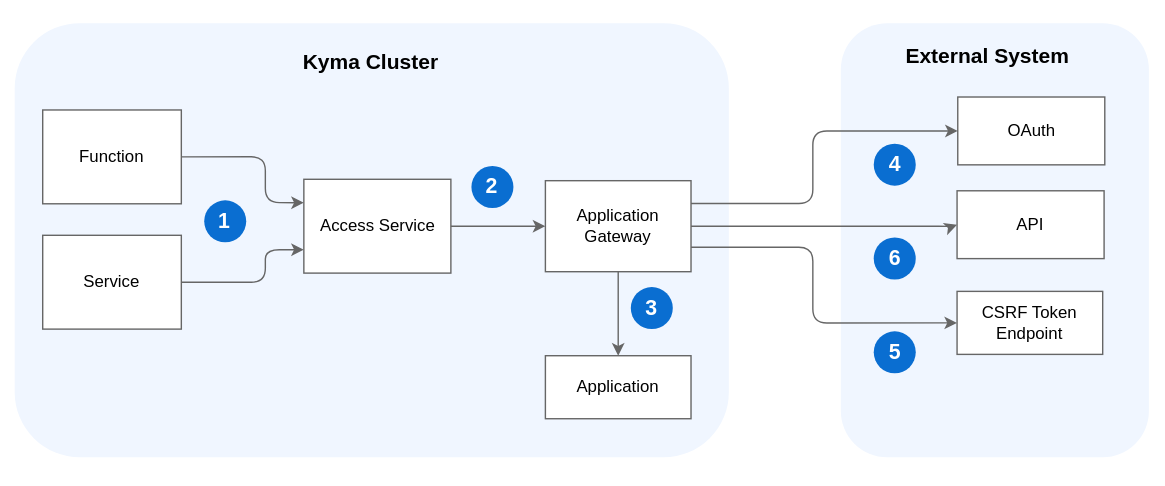
This is docs/05-technical-reference/00-architecture/assets/ac-architecture-proxy-service.svg from kyma-project/kyma, a draw.io export, as it was before one commit. Source tidied: cells renumbered, new cells last; positions are measured from the earlier drawing's top-left corner, leaving out a move shared by most shapes. The source it was exported from:
```xml
<mxGraphModel background="#ffffff">
  <root>
    <mxCell id="0" />
    <mxCell id="1" parent="0" />
    <mxCell id="2" style="rounded=0;whiteSpace=wrap;html=1;labelBackgroundColor=none;fontSize=13;strokeWidth=1;fillColor=#ffffff;gradientColor=none;align=right;strokeColor=none;" parent="1" vertex="1">
      <mxGeometry y="0.5" width="830" height="345.6" as="geometry" />
    </mxCell>
    <mxCell id="3" style="rounded=1;whiteSpace=wrap;html=1;strokeColor=none;fillColor=#F0F6FF;" parent="1" vertex="1">
      <mxGeometry x="10" y="16" width="510" height="310" as="geometry" />
    </mxCell>
    <mxCell id="4" value="&lt;font style=&quot;font-size: 15px&quot;&gt;&lt;b&gt;Kyma Cluster&lt;/b&gt;&lt;/font&gt;" style="text;html=1;strokeColor=none;fillColor=none;align=center;verticalAlign=middle;whiteSpace=wrap;rounded=0;" parent="1" vertex="1">
      <mxGeometry x="154.5" y="26" width="221.1" height="34.4" as="geometry" />
    </mxCell>
    <mxCell id="5" value="Function" style="rounded=0;whiteSpace=wrap;html=1;strokeColor=#666666;" parent="1" vertex="1">
      <mxGeometry x="30" y="78" width="99" height="67" as="geometry" />
    </mxCell>
    <mxCell id="6" value="Service" style="rounded=0;whiteSpace=wrap;html=1;strokeColor=#666666;" parent="1" vertex="1">
      <mxGeometry x="30" y="167.5" width="99" height="67" as="geometry" />
    </mxCell>
    <mxCell id="7" style="edgeStyle=orthogonalEdgeStyle;rounded=1;comic=0;html=1;exitX=1;exitY=0.5;entryX=0;entryY=0.25;jettySize=auto;strokeColor=#666666;" parent="1" edge="1" source="5" target="10">
      <mxGeometry relative="1" as="geometry">
        <Array as="points">
          <mxPoint x="189" y="112" />
          <mxPoint x="189" y="144" />
        </Array>
      </mxGeometry>
    </mxCell>
    <mxCell id="8" value="&lt;h3&gt;&lt;font color=&quot;#ffffff&quot;&gt;1&lt;/font&gt;&lt;/h3&gt;" style="ellipse;whiteSpace=wrap;html=1;rounded=0;shadow=0;glass=0;comic=0;labelBackgroundColor=none;strokeColor=none;strokeWidth=1;fillColor=#0A6ED1;gradientColor=none;fontSize=13;fontColor=none;align=center;verticalAlign=middle;" parent="1" vertex="1">
      <mxGeometry x="145.3" y="142.5" width="30" height="30" as="geometry" />
    </mxCell>
    <mxCell id="9" style="edgeStyle=orthogonalEdgeStyle;rounded=1;comic=0;html=1;exitX=1;exitY=0.5;entryX=0;entryY=0.75;jettySize=auto;strokeColor=#666666;" parent="1" edge="1" source="6" target="10">
      <mxGeometry relative="1" as="geometry">
        <Array as="points">
          <mxPoint x="189" y="201" />
          <mxPoint x="189" y="178" />
        </Array>
      </mxGeometry>
    </mxCell>
    <mxCell id="10" value="Access Service&lt;br&gt;" style="rounded=0;whiteSpace=wrap;html=1;strokeColor=#666666;" parent="1" vertex="1">
      <mxGeometry x="216.5" y="127.5" width="105" height="67" as="geometry" />
    </mxCell>
    <mxCell id="11" value="&lt;h3&gt;&lt;font color=&quot;#ffffff&quot;&gt;2&lt;/font&gt;&lt;/h3&gt;" style="ellipse;whiteSpace=wrap;html=1;rounded=0;shadow=0;glass=0;comic=0;labelBackgroundColor=none;strokeColor=none;strokeWidth=1;fillColor=#0A6ED1;gradientColor=none;fontSize=13;fontColor=none;align=center;verticalAlign=middle;" parent="1" vertex="1">
      <mxGeometry x="336.2" y="118" width="30" height="30" as="geometry" />
    </mxCell>
    <mxCell id="12" style="edgeStyle=orthogonalEdgeStyle;rounded=1;comic=0;html=1;exitX=1;exitY=0.5;entryX=0;entryY=0.5;jettySize=auto;strokeColor=#666666;" parent="1" edge="1" source="10" target="13">
      <mxGeometry relative="1" as="geometry" />
    </mxCell>
    <mxCell id="13" value="Application Gateway" style="rounded=0;whiteSpace=wrap;html=1;strokeColor=#666666;" parent="1" vertex="1">
      <mxGeometry x="389" y="128.5" width="104" height="65" as="geometry" />
    </mxCell>
    <mxCell id="14" value="&lt;h3&gt;&lt;font color=&quot;#ffffff&quot;&gt;3&lt;/font&gt;&lt;/h3&gt;" style="ellipse;whiteSpace=wrap;html=1;rounded=0;shadow=0;glass=0;comic=0;labelBackgroundColor=none;strokeColor=none;strokeWidth=1;fillColor=#0A6ED1;gradientColor=none;fontSize=13;fontColor=none;align=center;verticalAlign=middle;" parent="1" vertex="1">
      <mxGeometry x="450" y="204.5" width="30" height="30" as="geometry" />
    </mxCell>
    <mxCell id="15" style="endArrow=classic;html=1;exitX=0.5;exitY=1;entryX=0.5;entryY=0;strokeColor=#666666;" parent="1" edge="1" source="13" target="16">
      <mxGeometry relative="1" as="geometry" />
    </mxCell>
    <mxCell id="16" value="Application" style="rounded=0;whiteSpace=wrap;html=1;strokeColor=#666666;" parent="1" vertex="1">
      <mxGeometry x="389" y="253.5" width="104" height="45" as="geometry" />
    </mxCell>
    <mxCell id="17" style="rounded=1;whiteSpace=wrap;html=1;strokeColor=none;fillColor=#F0F6FF;" parent="1" vertex="1">
      <mxGeometry x="600" y="16" width="220" height="310" as="geometry" />
    </mxCell>
    <mxCell id="18" value="&lt;font style=&quot;font-size: 15px&quot;&gt;&lt;b&gt;External System&lt;/b&gt;&lt;/font&gt;" style="text;html=1;strokeColor=none;fillColor=none;align=center;verticalAlign=middle;whiteSpace=wrap;rounded=0;" parent="1" vertex="1">
      <mxGeometry x="600" y="26" width="210" height="26.9" as="geometry" />
    </mxCell>
    <mxCell id="19" value="OAuth" style="rounded=0;whiteSpace=wrap;html=1;strokeColor=#666666;" parent="1" vertex="1">
      <mxGeometry x="683.5" y="68.7" width="105" height="48.4" as="geometry" />
    </mxCell>
    <mxCell id="20" value="API" style="rounded=0;whiteSpace=wrap;html=1;strokeColor=#666666;" parent="1" vertex="1">
      <mxGeometry x="683" y="135.7" width="105" height="48.4" as="geometry" />
    </mxCell>
    <mxCell id="21" value="CSRF Token Endpoint" style="rounded=0;whiteSpace=wrap;html=1;strokeColor=#666666;" parent="1" vertex="1">
      <mxGeometry x="683" y="207.5" width="104" height="45" as="geometry" />
    </mxCell>
    <mxCell id="22" value="&lt;h3&gt;&lt;font color=&quot;#ffffff&quot;&gt;4&lt;/font&gt;&lt;/h3&gt;" style="ellipse;whiteSpace=wrap;html=1;rounded=0;shadow=0;glass=0;comic=0;labelBackgroundColor=none;strokeColor=none;strokeWidth=1;fillColor=#0A6ED1;gradientColor=none;fontSize=13;fontColor=none;align=center;verticalAlign=middle;" parent="1" vertex="1">
      <mxGeometry x="623.5" y="102" width="30" height="30" as="geometry" />
    </mxCell>
    <mxCell id="23" value="&lt;h3&gt;&lt;font color=&quot;#ffffff&quot;&gt;6&lt;/font&gt;&lt;/h3&gt;" style="ellipse;whiteSpace=wrap;html=1;rounded=0;shadow=0;glass=0;comic=0;labelBackgroundColor=none;strokeColor=none;strokeWidth=1;fillColor=#0A6ED1;gradientColor=none;fontSize=13;fontColor=none;align=center;verticalAlign=middle;" parent="1" vertex="1">
      <mxGeometry x="623.5" y="169" width="30" height="30" as="geometry" />
    </mxCell>
    <mxCell id="24" value="&lt;h3&gt;&lt;font color=&quot;#ffffff&quot;&gt;5&lt;/font&gt;&lt;/h3&gt;" style="ellipse;whiteSpace=wrap;html=1;rounded=0;shadow=0;glass=0;comic=0;labelBackgroundColor=none;strokeColor=none;strokeWidth=1;fillColor=#0A6ED1;gradientColor=none;fontSize=13;fontColor=none;align=center;verticalAlign=middle;" parent="1" vertex="1">
      <mxGeometry x="623.5" y="236" width="30" height="30" as="geometry" />
    </mxCell>
    <mxCell id="25" style="edgeStyle=orthogonalEdgeStyle;rounded=1;comic=0;html=1;entryX=0;entryY=0.5;jettySize=auto;entryDx=0;entryDy=0;strokeColor=#666666;" parent="1" edge="1" target="21">
      <mxGeometry relative="1" as="geometry">
        <mxPoint x="493" y="176" as="sourcePoint" />
        <Array as="points">
          <mxPoint x="580" y="176" />
          <mxPoint x="580" y="230" />
        </Array>
      </mxGeometry>
    </mxCell>
    <mxCell id="26" style="edgeStyle=orthogonalEdgeStyle;rounded=1;comic=0;html=1;entryX=0;entryY=0.5;jettySize=auto;exitX=1;exitY=0.5;exitDx=0;exitDy=0;strokeColor=#666666;" parent="1" edge="1" source="13" target="20">
      <mxGeometry relative="1" as="geometry">
        <Array as="points">
          <mxPoint x="680" y="161" />
          <mxPoint x="680" y="160" />
        </Array>
      </mxGeometry>
    </mxCell>
    <mxCell id="27" style="edgeStyle=orthogonalEdgeStyle;rounded=1;comic=0;html=1;exitX=1;exitY=0.25;jettySize=auto;strokeColor=#666666;" parent="1" edge="1" source="13" target="19">
      <mxGeometry relative="1" as="geometry">
        <Array as="points">
          <mxPoint x="580" y="145" />
          <mxPoint x="580" y="93" />
        </Array>
      </mxGeometry>
    </mxCell>
  </root>
</mxGraphModel>
```
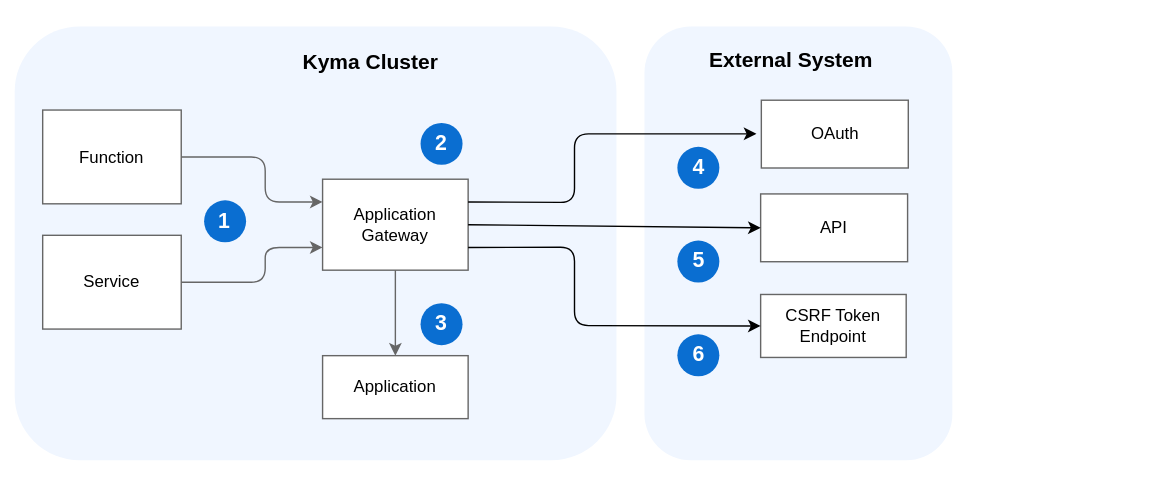
The same file after the commit.

Commit message:
Modified proxying request along with diagrams Modified creating Applications tutorial

Change to the diagram source:
```diff
@@ -6,7 +6,7 @@
       <mxGeometry y="0.5" width="830" height="345.6" as="geometry" />
     </mxCell>
     <mxCell id="3" style="rounded=1;whiteSpace=wrap;html=1;strokeColor=none;fillColor=#F0F6FF;" parent="1" vertex="1">
-      <mxGeometry x="10" y="16" width="510" height="310" as="geometry" />
+      <mxGeometry x="10" y="18.2" width="430" height="310" as="geometry" />
     </mxCell>
     <mxCell id="4" value="&lt;font style=&quot;font-size: 15px&quot;&gt;&lt;b&gt;Kyma Cluster&lt;/b&gt;&lt;/font&gt;" style="text;html=1;strokeColor=none;fillColor=none;align=center;verticalAlign=middle;whiteSpace=wrap;rounded=0;" parent="1" vertex="1">
       <mxGeometry x="154.5" y="26" width="221.1" height="34.4" as="geometry" />
@@ -17,7 +17,7 @@
     <mxCell id="6" value="Service" style="rounded=0;whiteSpace=wrap;html=1;strokeColor=#666666;" parent="1" vertex="1">
       <mxGeometry x="30" y="167.5" width="99" height="67" as="geometry" />
     </mxCell>
-    <mxCell id="7" style="edgeStyle=orthogonalEdgeStyle;rounded=1;comic=0;html=1;exitX=1;exitY=0.5;entryX=0;entryY=0.25;jettySize=auto;strokeColor=#666666;" parent="1" edge="1" source="5" target="10">
+    <mxCell id="7" style="edgeStyle=orthogonalEdgeStyle;rounded=1;comic=0;html=1;exitX=1;exitY=0.5;entryX=0;entryY=0.25;jettySize=auto;strokeColor=#666666;entryDx=0;entryDy=0;endArrow=classic;endFill=1;" parent="1" edge="1" source="5" target="13">
       <mxGeometry relative="1" as="geometry">
         <Array as="points">
           <mxPoint x="189" y="112" />
@@ -28,83 +28,81 @@
     <mxCell id="8" value="&lt;h3&gt;&lt;font color=&quot;#ffffff&quot;&gt;1&lt;/font&gt;&lt;/h3&gt;" style="ellipse;whiteSpace=wrap;html=1;rounded=0;shadow=0;glass=0;comic=0;labelBackgroundColor=none;strokeColor=none;strokeWidth=1;fillColor=#0A6ED1;gradientColor=none;fontSize=13;fontColor=none;align=center;verticalAlign=middle;" parent="1" vertex="1">
       <mxGeometry x="145.3" y="142.5" width="30" height="30" as="geometry" />
     </mxCell>
-    <mxCell id="9" style="edgeStyle=orthogonalEdgeStyle;rounded=1;comic=0;html=1;exitX=1;exitY=0.5;entryX=0;entryY=0.75;jettySize=auto;strokeColor=#666666;" parent="1" edge="1" source="6" target="10">
+    <mxCell id="9" style="edgeStyle=orthogonalEdgeStyle;rounded=1;comic=0;html=1;exitX=1;exitY=0.5;entryX=0;entryY=0.75;jettySize=auto;strokeColor=#666666;entryDx=0;entryDy=0;" parent="1" edge="1" source="6" target="13">
       <mxGeometry relative="1" as="geometry">
         <Array as="points">
           <mxPoint x="189" y="201" />
-          <mxPoint x="189" y="178" />
+          <mxPoint x="189" y="176" />
         </Array>
       </mxGeometry>
     </mxCell>
-    <mxCell id="10" value="Access Service&lt;br&gt;" style="rounded=0;whiteSpace=wrap;html=1;strokeColor=#666666;" parent="1" vertex="1">
-      <mxGeometry x="216.5" y="127.5" width="105" height="67" as="geometry" />
-    </mxCell>
     <mxCell id="11" value="&lt;h3&gt;&lt;font color=&quot;#ffffff&quot;&gt;2&lt;/font&gt;&lt;/h3&gt;" style="ellipse;whiteSpace=wrap;html=1;rounded=0;shadow=0;glass=0;comic=0;labelBackgroundColor=none;strokeColor=none;strokeWidth=1;fillColor=#0A6ED1;gradientColor=none;fontSize=13;fontColor=none;align=center;verticalAlign=middle;" parent="1" vertex="1">
-      <mxGeometry x="336.2" y="118" width="30" height="30" as="geometry" />
+      <mxGeometry x="300" y="87.2" width="30" height="30" as="geometry" />
     </mxCell>
-    <mxCell id="12" style="edgeStyle=orthogonalEdgeStyle;rounded=1;comic=0;html=1;exitX=1;exitY=0.5;entryX=0;entryY=0.5;jettySize=auto;strokeColor=#666666;" parent="1" edge="1" source="10" target="13">
-      <mxGeometry relative="1" as="geometry" />
-    </mxCell>
     <mxCell id="13" value="Application Gateway" style="rounded=0;whiteSpace=wrap;html=1;strokeColor=#666666;" parent="1" vertex="1">
-      <mxGeometry x="389" y="128.5" width="104" height="65" as="geometry" />
+      <mxGeometry x="230" y="127.4" width="104" height="65" as="geometry" />
     </mxCell>
     <mxCell id="14" value="&lt;h3&gt;&lt;font color=&quot;#ffffff&quot;&gt;3&lt;/font&gt;&lt;/h3&gt;" style="ellipse;whiteSpace=wrap;html=1;rounded=0;shadow=0;glass=0;comic=0;labelBackgroundColor=none;strokeColor=none;strokeWidth=1;fillColor=#0A6ED1;gradientColor=none;fontSize=13;fontColor=none;align=center;verticalAlign=middle;" parent="1" vertex="1">
-      <mxGeometry x="450" y="204.5" width="30" height="30" as="geometry" />
+      <mxGeometry x="300" y="216" width="30" height="30" as="geometry" />
     </mxCell>
     <mxCell id="15" style="endArrow=classic;html=1;exitX=0.5;exitY=1;entryX=0.5;entryY=0;strokeColor=#666666;" parent="1" edge="1" source="13" target="16">
       <mxGeometry relative="1" as="geometry" />
     </mxCell>
     <mxCell id="16" value="Application" style="rounded=0;whiteSpace=wrap;html=1;strokeColor=#666666;" parent="1" vertex="1">
-      <mxGeometry x="389" y="253.5" width="104" height="45" as="geometry" />
+      <mxGeometry x="230" y="253.5" width="104" height="45" as="geometry" />
     </mxCell>
+    <mxCell id="28" style="group;" parent="1" vertex="1">
+      <mxGeometry x="460" y="18.2" width="220" height="310" as="geometry" />
+    </mxCell>
-    <mxCell id="17" style="rounded=1;whiteSpace=wrap;html=1;strokeColor=none;fillColor=#F0F6FF;" parent="1" vertex="1">
-      <mxGeometry x="600" y="16" width="220" height="310" as="geometry" />
+    <mxCell id="17" style="rounded=1;whiteSpace=wrap;html=1;strokeColor=none;fillColor=#F0F6FF;" parent="28" vertex="1">
+      <mxGeometry width="220" height="310" as="geometry" />
     </mxCell>
-    <mxCell id="18" value="&lt;font style=&quot;font-size: 15px&quot;&gt;&lt;b&gt;External System&lt;/b&gt;&lt;/font&gt;" style="text;html=1;strokeColor=none;fillColor=none;align=center;verticalAlign=middle;whiteSpace=wrap;rounded=0;" parent="1" vertex="1">
-      <mxGeometry x="600" y="26" width="210" height="26.9" as="geometry" />
+    <mxCell id="18" value="&lt;font style=&quot;font-size: 15px&quot;&gt;&lt;b&gt;External System&lt;/b&gt;&lt;/font&gt;" style="text;html=1;strokeColor=none;fillColor=none;align=center;verticalAlign=middle;whiteSpace=wrap;rounded=0;" parent="28" vertex="1">
+      <mxGeometry y="10" width="210" height="26.9" as="geometry" />
     </mxCell>
-    <mxCell id="19" value="OAuth" style="rounded=0;whiteSpace=wrap;html=1;strokeColor=#666666;" parent="1" vertex="1">
-      <mxGeometry x="683.5" y="68.7" width="105" height="48.4" as="geometry" />
+    <mxCell id="19" value="OAuth" style="rounded=0;whiteSpace=wrap;html=1;strokeColor=#666666;" parent="28" vertex="1">
+      <mxGeometry x="83.5" y="52.7" width="105" height="48.4" as="geometry" />
     </mxCell>
-    <mxCell id="20" value="API" style="rounded=0;whiteSpace=wrap;html=1;strokeColor=#666666;" parent="1" vertex="1">
-      <mxGeometry x="683" y="135.7" width="105" height="48.4" as="geometry" />
+    <mxCell id="20" value="API" style="rounded=0;whiteSpace=wrap;html=1;strokeColor=#666666;" parent="28" vertex="1">
+      <mxGeometry x="83" y="119.7" width="105" height="48.4" as="geometry" />
     </mxCell>
-    <mxCell id="21" value="CSRF Token Endpoint" style="rounded=0;whiteSpace=wrap;html=1;strokeColor=#666666;" parent="1" vertex="1">
-      <mxGeometry x="683" y="207.5" width="104" height="45" as="geometry" />
+    <mxCell id="21" value="CSRF Token Endpoint" style="rounded=0;whiteSpace=wrap;html=1;strokeColor=#666666;" parent="28" vertex="1">
+      <mxGeometry x="83" y="191.5" width="104" height="45" as="geometry" />
     </mxCell>
-    <mxCell id="22" value="&lt;h3&gt;&lt;font color=&quot;#ffffff&quot;&gt;4&lt;/font&gt;&lt;/h3&gt;" style="ellipse;whiteSpace=wrap;html=1;rounded=0;shadow=0;glass=0;comic=0;labelBackgroundColor=none;strokeColor=none;strokeWidth=1;fillColor=#0A6ED1;gradientColor=none;fontSize=13;fontColor=none;align=center;verticalAlign=middle;" parent="1" vertex="1">
-      <mxGeometry x="623.5" y="102" width="30" height="30" as="geometry" />
+    <mxCell id="22" value="&lt;h3&gt;&lt;font color=&quot;#ffffff&quot;&gt;4&lt;/font&gt;&lt;/h3&gt;" style="ellipse;whiteSpace=wrap;html=1;rounded=0;shadow=0;glass=0;comic=0;labelBackgroundColor=none;strokeColor=none;strokeWidth=1;fillColor=#0A6ED1;gradientColor=none;fontSize=13;fontColor=none;align=center;verticalAlign=middle;" parent="28" vertex="1">
+      <mxGeometry x="23.5" y="86" width="30" height="30" as="geometry" />
     </mxCell>
-    <mxCell id="23" value="&lt;h3&gt;&lt;font color=&quot;#ffffff&quot;&gt;6&lt;/font&gt;&lt;/h3&gt;" style="ellipse;whiteSpace=wrap;html=1;rounded=0;shadow=0;glass=0;comic=0;labelBackgroundColor=none;strokeColor=none;strokeWidth=1;fillColor=#0A6ED1;gradientColor=none;fontSize=13;fontColor=none;align=center;verticalAlign=middle;" parent="1" vertex="1">
-      <mxGeometry x="623.5" y="169" width="30" height="30" as="geometry" />
+    <mxCell id="23" value="&lt;h3&gt;&lt;font color=&quot;#ffffff&quot;&gt;5&lt;/font&gt;&lt;/h3&gt;" style="ellipse;whiteSpace=wrap;html=1;rounded=0;shadow=0;glass=0;comic=0;labelBackgroundColor=none;strokeColor=none;strokeWidth=1;fillColor=#0A6ED1;gradientColor=none;fontSize=13;fontColor=none;align=center;verticalAlign=middle;" parent="28" vertex="1">
+      <mxGeometry x="23.5" y="153" width="30" height="30" as="geometry" />
     </mxCell>
-    <mxCell id="24" value="&lt;h3&gt;&lt;font color=&quot;#ffffff&quot;&gt;5&lt;/font&gt;&lt;/h3&gt;" style="ellipse;whiteSpace=wrap;html=1;rounded=0;shadow=0;glass=0;comic=0;labelBackgroundColor=none;strokeColor=none;strokeWidth=1;fillColor=#0A6ED1;gradientColor=none;fontSize=13;fontColor=none;align=center;verticalAlign=middle;" parent="1" vertex="1">
-      <mxGeometry x="623.5" y="236" width="30" height="30" as="geometry" />
+    <mxCell id="24" value="&lt;h3&gt;&lt;font color=&quot;#ffffff&quot;&gt;6&lt;/font&gt;&lt;/h3&gt;" style="ellipse;whiteSpace=wrap;html=1;rounded=0;shadow=0;glass=0;comic=0;labelBackgroundColor=none;strokeColor=none;strokeWidth=1;fillColor=#0A6ED1;gradientColor=none;fontSize=13;fontColor=none;align=center;verticalAlign=middle;" parent="28" vertex="1">
+      <mxGeometry x="23.5" y="220" width="30" height="30" as="geometry" />
     </mxCell>
-    <mxCell id="25" style="edgeStyle=orthogonalEdgeStyle;rounded=1;comic=0;html=1;entryX=0;entryY=0.5;jettySize=auto;entryDx=0;entryDy=0;strokeColor=#666666;" parent="1" edge="1" target="21">
-      <mxGeometry relative="1" as="geometry">
-        <mxPoint x="493" y="176" as="sourcePoint" />
-        <Array as="points">
-          <mxPoint x="580" y="176" />
-          <mxPoint x="580" y="230" />
-        </Array>
-      </mxGeometry>
-    </mxCell>
-    <mxCell id="26" style="edgeStyle=orthogonalEdgeStyle;rounded=1;comic=0;html=1;entryX=0;entryY=0.5;jettySize=auto;exitX=1;exitY=0.5;exitDx=0;exitDy=0;strokeColor=#666666;" parent="1" edge="1" source="13" target="20">
-      <mxGeometry relative="1" as="geometry">
-        <Array as="points">
-          <mxPoint x="680" y="161" />
-          <mxPoint x="680" y="160" />
-        </Array>
-      </mxGeometry>
+    <mxCell id="26" style="edgeStyle=none;curved=1;rounded=0;jettySize=auto;html=1;exitX=1;exitY=0.5;exitDx=0;exitDy=0;entryX=0;entryY=0.5;entryDx=0;entryDy=0;endArrow=classic;startSize=6;endSize=6;sourcePerimeterSpacing=0;targetPerimeterSpacing=0;endFill=1;" parent="1" edge="1" source="13" target="20">
+      <mxGeometry relative="1" as="geometry" />
     </mxCell>
-    <mxCell id="27" style="edgeStyle=orthogonalEdgeStyle;rounded=1;comic=0;html=1;exitX=1;exitY=0.25;jettySize=auto;strokeColor=#666666;" parent="1" edge="1" source="13" target="19">
-      <mxGeometry relative="1" as="geometry">
-        <Array as="points">
-          <mxPoint x="580" y="145" />
-          <mxPoint x="580" y="93" />
-        </Array>
-      </mxGeometry>
-    </mxCell>
+    <mxCell id="29" style="edgeStyle=none;rounded=1;jettySize=auto;html=1;exitX=1;exitY=0.75;exitDx=0;exitDy=0;entryX=0;entryY=0.5;entryDx=0;entryDy=0;endArrow=classic;startSize=6;endSize=6;sourcePerimeterSpacing=0;targetPerimeterSpacing=0;endFill=1;" parent="1" edge="1" source="13" target="21">
+      <mxGeometry relative="1" as="geometry">
+        <Array as="points">
+          <mxPoint x="410" y="176" />
+          <mxPoint x="410" y="232" />
+        </Array>
+      </mxGeometry>
+    </mxCell>
+    <mxCell id="30" style="edgeStyle=none;rounded=1;jettySize=auto;html=1;exitX=1;exitY=0.25;exitDx=0;exitDy=0;endArrow=classic;startSize=6;endSize=6;sourcePerimeterSpacing=0;targetPerimeterSpacing=0;endFill=1;" parent="1" edge="1" source="13">
+      <mxGeometry relative="1" as="geometry">
+        <mxPoint x="540" y="95" as="targetPoint" />
+        <Array as="points">
+          <mxPoint x="410" y="144" />
+          <mxPoint x="410" y="95" />
+        </Array>
+      </mxGeometry>
+    </mxCell>
+    <mxCell id="31" style="edgeStyle=none;rounded=1;orthogonalLoop=1;jettySize=auto;html=1;exitX=0;exitY=0.5;exitDx=0;exitDy=0;endArrow=classic;endFill=1;startSize=6;endSize=6;sourcePerimeterSpacing=0;targetPerimeterSpacing=0;" parent="1" edge="1" source="3" target="3">
+      <mxGeometry relative="1" as="geometry" />
+    </mxCell>
+    <mxCell id="32" style="edgeStyle=none;rounded=1;orthogonalLoop=1;jettySize=auto;html=1;exitX=0;exitY=0.5;exitDx=0;exitDy=0;endArrow=classic;endFill=1;startSize=6;endSize=6;sourcePerimeterSpacing=0;targetPerimeterSpacing=0;" parent="1" edge="1" source="3" target="3">
+      <mxGeometry relative="1" as="geometry" />
+    </mxCell>
   </root>
 </mxGraphModel>
```
